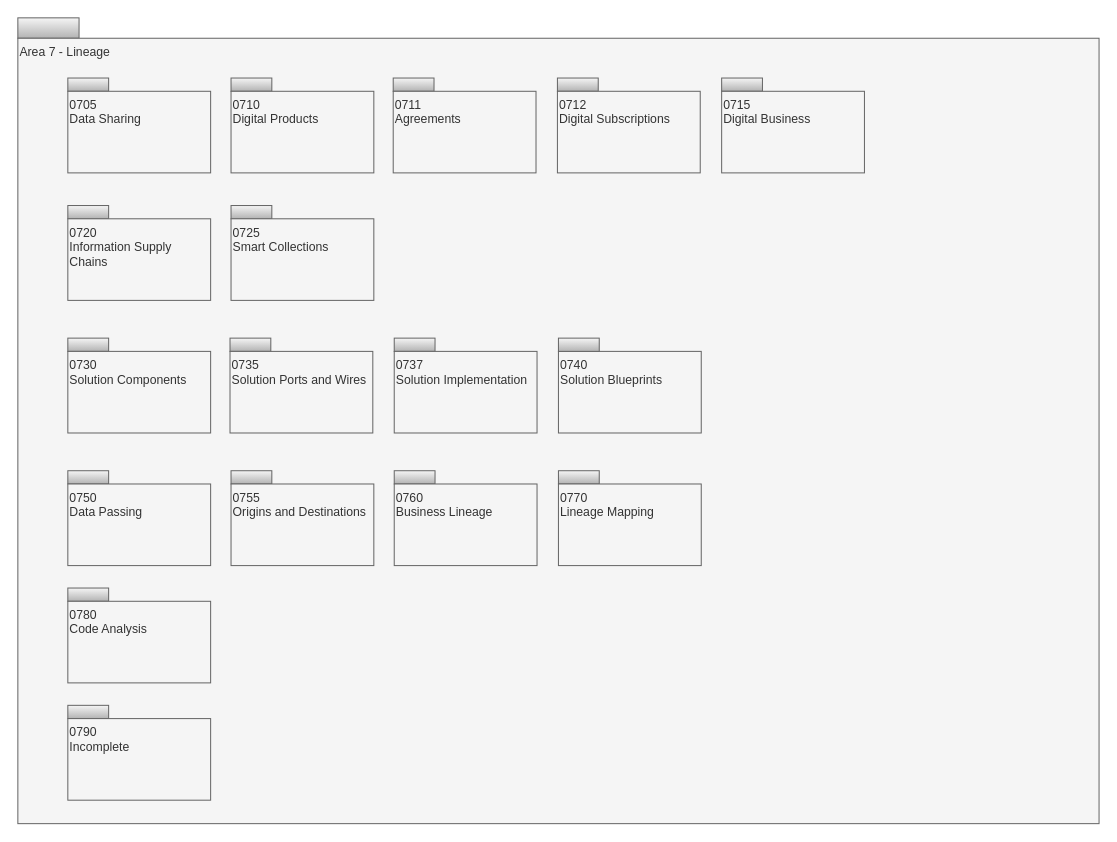
Earlier version of the draw.io diagram page "Overview" (1 of 19) of site/docs/types/7/area-7-lineage.drawio (odpi/egeria-docs). Source tidied: cells renumbered, new cells numbered last; positions are measured from the earlier drawing's top-left corner, leaving out a move shared by most shapes. Both pictures are drawn from the tidied source at 102%, with x=0, y=0 at pixel (17, 17).
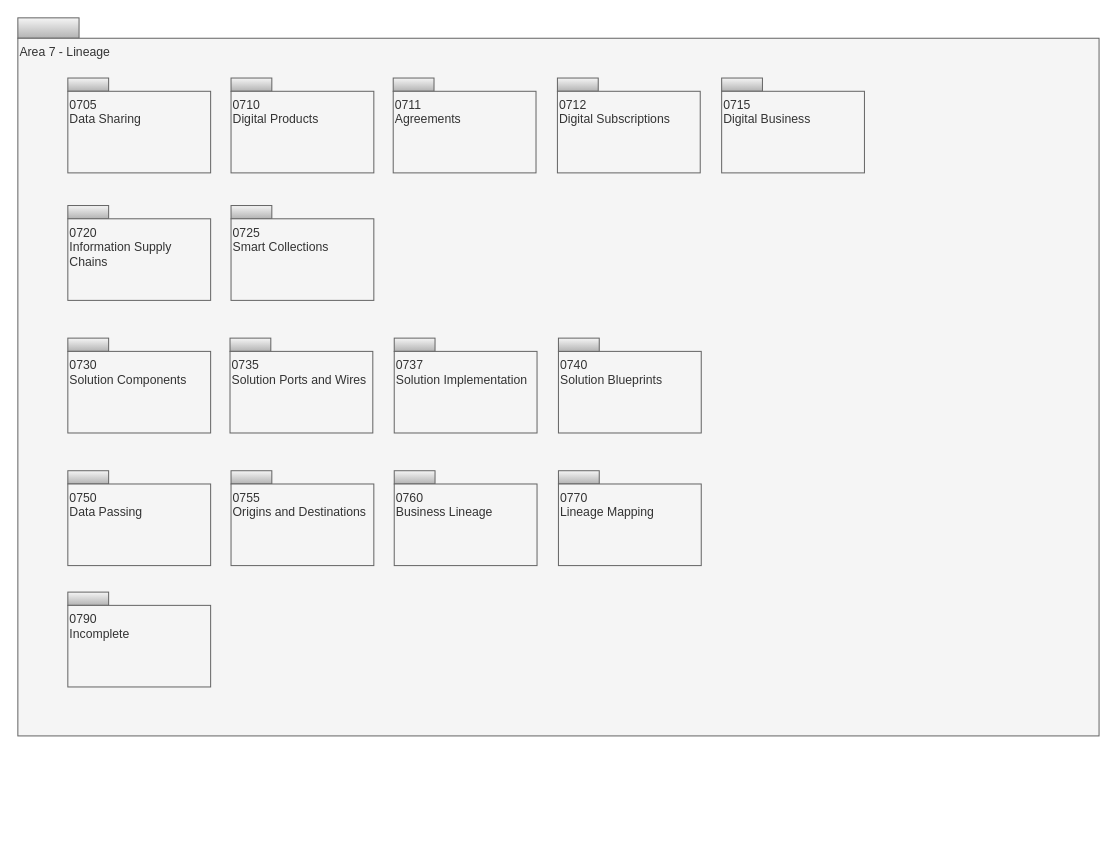
The same diagram, later.

Commit message (it also covers changes not shown here):
Add description of new Annotation subtypes for code analysis

What changed in the source:
```diff
@@
     <mxCell id="3" value="Area 7 - Lineage" style="rounded=0;whiteSpace=wrap;html=1;align=left;verticalAlign=top;fillColor=#f5f5f5;fontColor=#333333;strokeColor=#666666;" parent="1" vertex="1">
-      <mxGeometry y="20" width="1060" height="770" as="geometry" />
+      <mxGeometry y="20" width="1060" height="684" as="geometry" />
     </mxCell>
@@
-    <mxCell id="24" style="rounded=0;whiteSpace=wrap;html=1;align=left;fillColor=#f5f5f5;strokeColor=#666666;gradientColor=#b3b3b3;" parent="1" vertex="1">
-      <mxGeometry x="49" y="559" width="40" height="13" as="geometry" />
-    </mxCell>
-    <mxCell id="25" value="0780&lt;br&gt;Code Analysis" style="rounded=0;whiteSpace=wrap;html=1;align=left;verticalAlign=top;fillColor=#f5f5f5;fontColor=#333333;strokeColor=#666666;" parent="1" vertex="1">
-      <mxGeometry x="49" y="572" width="140" height="80" as="geometry" />
-    </mxCell>
     <mxCell id="26" style="rounded=0;whiteSpace=wrap;html=1;align=left;fillColor=#f5f5f5;strokeColor=#666666;gradientColor=#b3b3b3;" parent="1" vertex="1">
-      <mxGeometry x="49" y="674" width="40" height="13" as="geometry" />
+      <mxGeometry x="49" y="563" width="40" height="13" as="geometry" />
     </mxCell>
     <mxCell id="27" value="0790&lt;br&gt;Incomplete" style="rounded=0;whiteSpace=wrap;html=1;align=left;verticalAlign=top;fillColor=#f5f5f5;fontColor=#333333;strokeColor=#666666;" parent="1" vertex="1">
-      <mxGeometry x="49" y="687" width="140" height="80" as="geometry" />
+      <mxGeometry x="49" y="576" width="140" height="80" as="geometry" />
     </mxCell>
```
